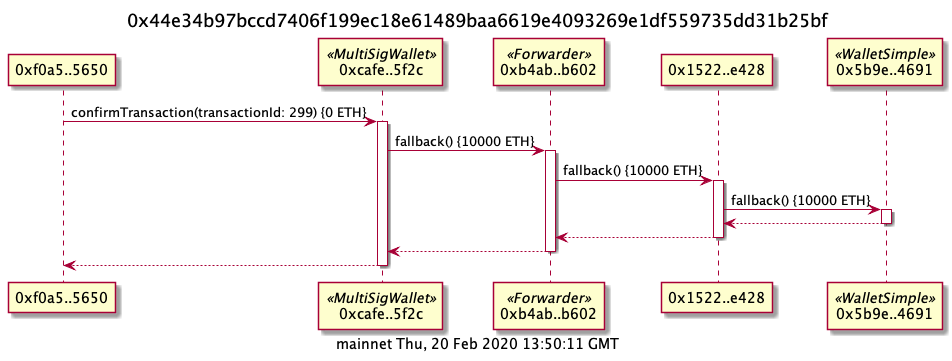
Before: examples/aragonMultiSig.png, a diagram exported from PlantUML (naddison36/tx2uml).
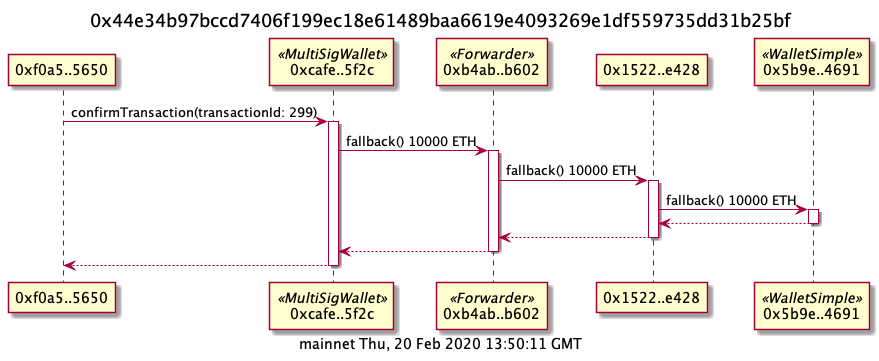
The same diagram one commit later.

What changed in the source:
```diff
@@ -7,13 +7,13 @@
 participant "0x1522..e428" as 1522e428
 participant "0x5b9e..4691" as 5b9e4691 <<WalletSimple>>
 
-f0a55650 -> cafe5f2c: confirmTransaction(transactionId: 299) {0 ETH}
+f0a55650 -> cafe5f2c: confirmTransaction(transactionId: 299)
 activate cafe5f2c
-cafe5f2c -> b4abb602: fallback() {10000 ETH}
+cafe5f2c -> b4abb602: fallback() 10000 ETH
 activate b4abb602
-b4abb602 -> 1522e428: fallback() {10000 ETH}
+b4abb602 -> 1522e428: fallback() 10000 ETH
 activate 1522e428
-1522e428 -> 5b9e4691: fallback() {10000 ETH}
+1522e428 -> 5b9e4691: fallback() 10000 ETH
 activate 5b9e4691
 return
 return
```
